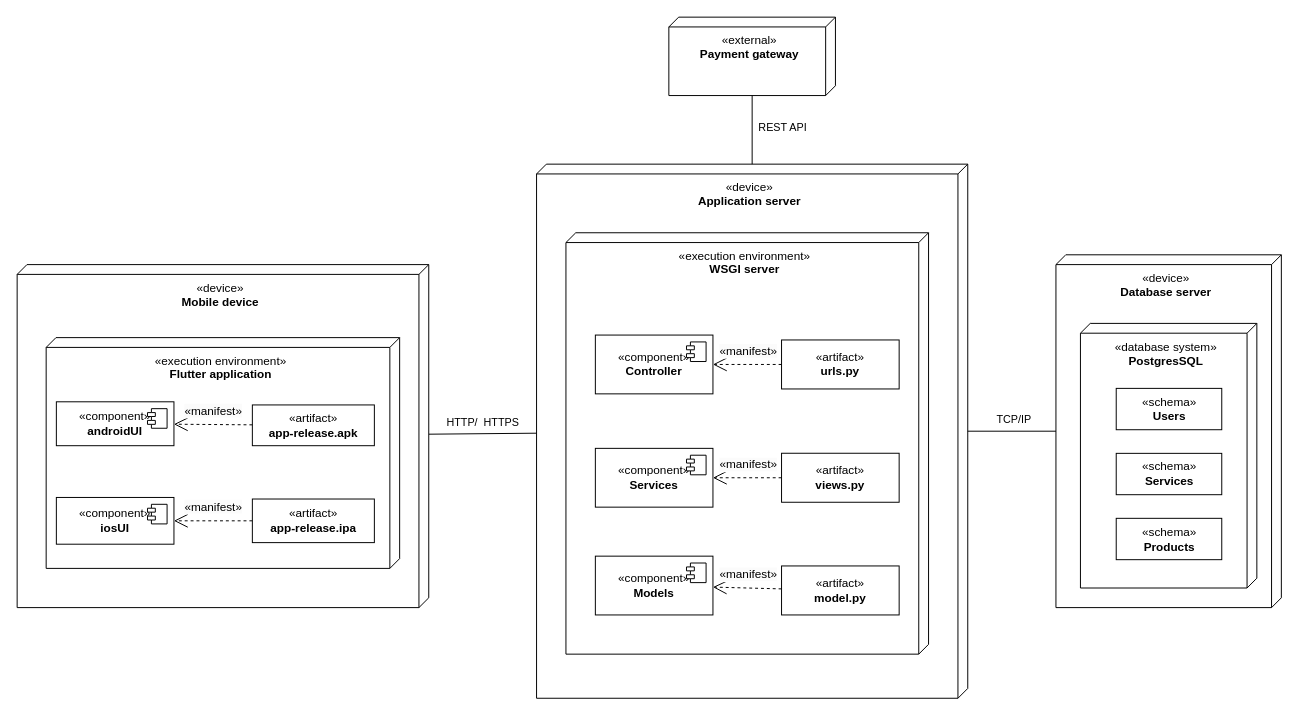
Before: pet-spa-deployment-diagram.drawio in blueonline07/auth-demo, a draw.io diagram. Source tidied: cells renumbered, new cells numbered last; positions are measured from the earlier drawing's top-left corner, leaving out a move shared by most shapes. Both pictures are drawn from the tidied source at 98%, with x=0, y=0 at pixel (17, 17).
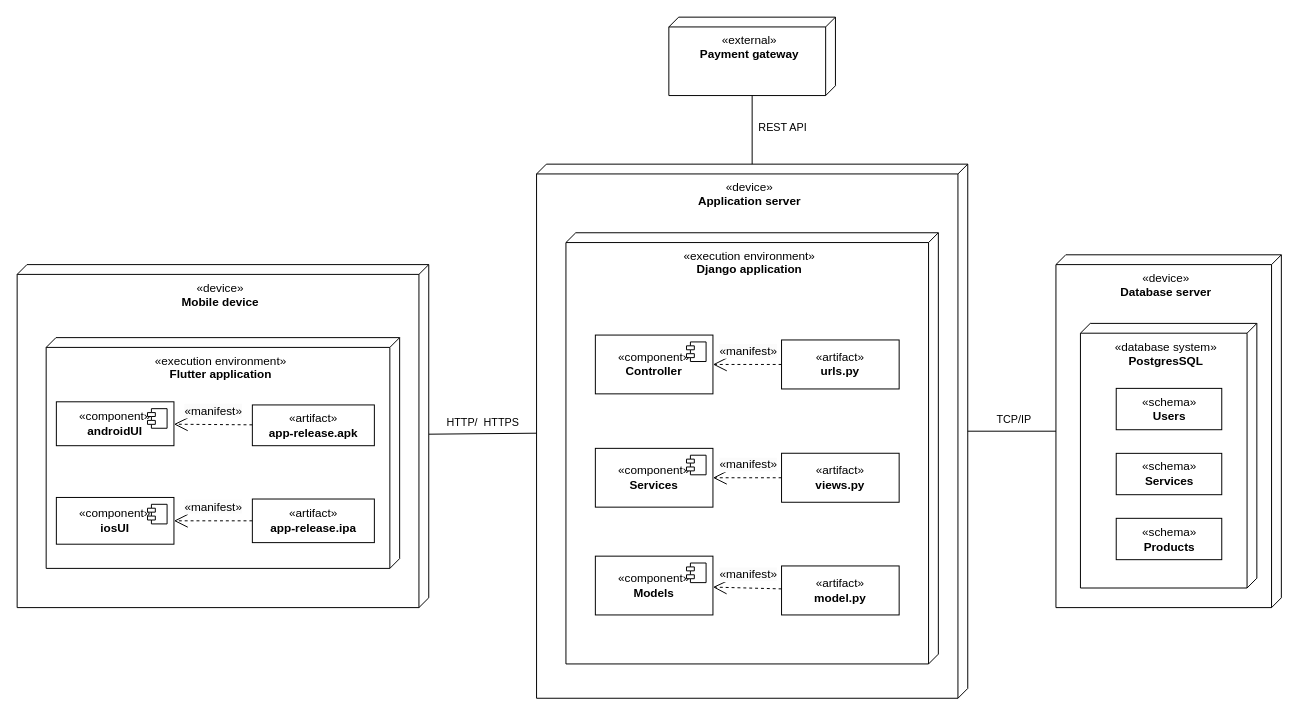
Above is the later version.

The change refers to these unchanged cells:
```xml
<mxCell id="7" value="&lt;span style=&quot;&quot;&gt;«device»&lt;/span&gt;&lt;br style=&quot;&quot;&gt;&lt;div style=&quot;&quot;&gt;&lt;b&gt;Application server&lt;/b&gt;&lt;/div&gt;" style="verticalAlign=top;align=center;shape=cube;size=10;direction=south;fontStyle=0;html=1;boundedLbl=1;spacingLeft=5;whiteSpace=wrap;" parent="1" vertex="1">
  <mxGeometry x="530" y="150" width="440" height="545" as="geometry" />
</mxCell>
```

What changed in the source:
```diff
@@
-    <mxCell id="8" value="«execution environment»&lt;u&gt;&lt;br&gt;&lt;/u&gt;&lt;div&gt;&lt;b&gt;WSGI server&lt;/b&gt;&lt;/div&gt;" style="verticalAlign=top;align=center;shape=cube;size=10;direction=south;html=1;boundedLbl=1;spacingLeft=5;whiteSpace=wrap;" parent="7" vertex="1">
-      <mxGeometry x="30" y="70" width="370" height="430" as="geometry" />
+    <mxCell id="8" value="«execution environment»&lt;u&gt;&lt;br&gt;&lt;/u&gt;&lt;div&gt;&lt;b&gt;Django application&lt;/b&gt;&lt;/div&gt;" style="verticalAlign=top;align=center;shape=cube;size=10;direction=south;html=1;boundedLbl=1;spacingLeft=5;whiteSpace=wrap;" parent="7" vertex="1">
+      <mxGeometry x="30" y="70" width="380" height="440" as="geometry" />
     </mxCell>
```
